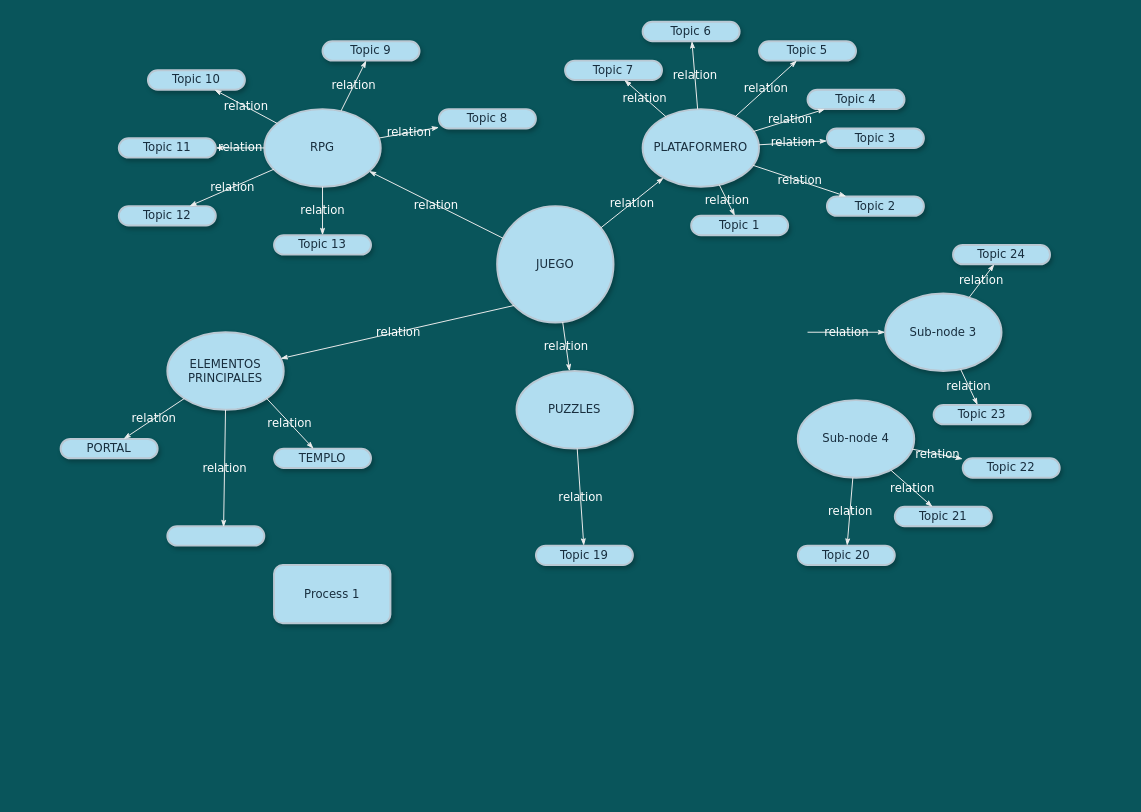
The draw.io diagram page "Page-1" (1 of 2) of mental_map_worldbuilding.drawio in aixairupe/DiagramasRPG, before the edit. Source tidied: cells renumbered, new cells numbered last; positions are measured from the earlier drawing's top-left corner, leaving out a move shared by most shapes. Both pictures are drawn from the tidied source at 97%, with x=0, y=0 at pixel (60, 21).
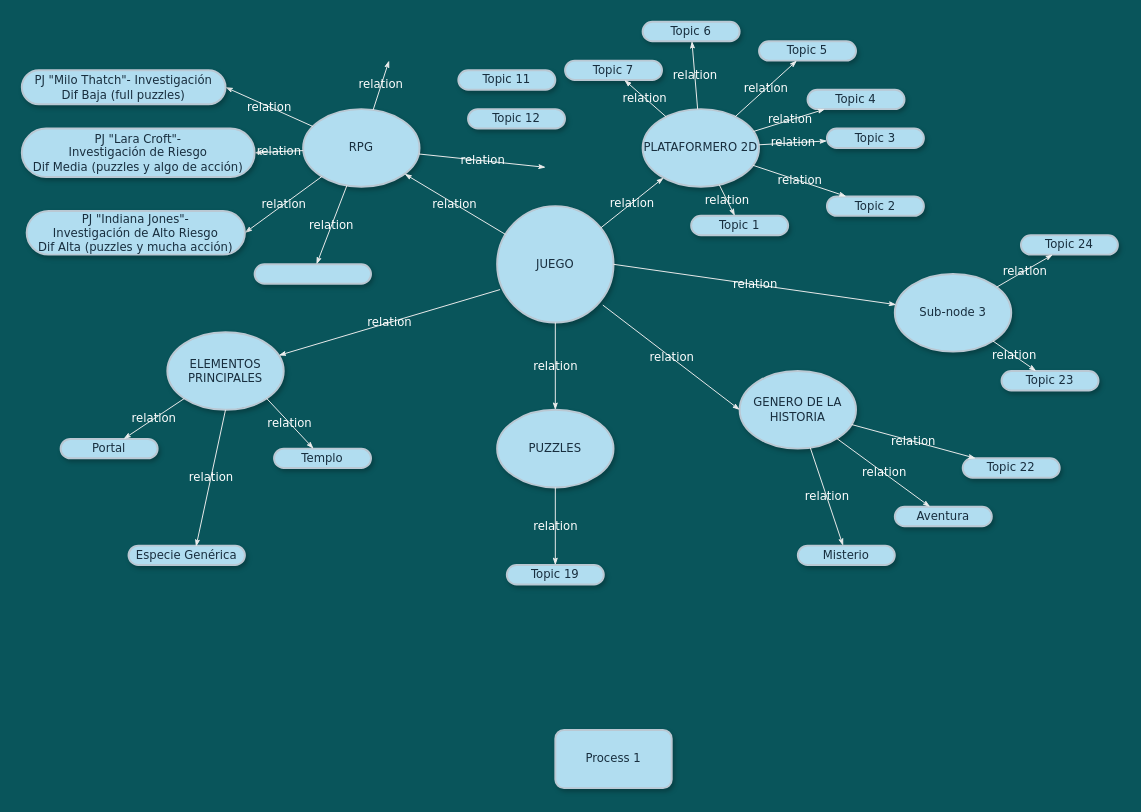
Above is the later version.

The change refers to these unchanged cells:
```xml
<mxCell id="5" value="JUEGO" style="ellipse;whiteSpace=wrap;html=1;rounded=1;shadow=1;comic=0;labelBackgroundColor=none;strokeWidth=2;fontFamily=Verdana;fontSize=12;align=center;fillColor=#B1DDF0;strokeColor=#BAC8D3;fontColor=#182E3E;" parent="1" vertex="1">
  <mxGeometry x="450" y="190" width="120" height="120" as="geometry" />
</mxCell>
<mxCell id="8" value="ELEMENTOS PRINCIPALES" style="ellipse;whiteSpace=wrap;html=1;rounded=1;shadow=1;comic=0;labelBackgroundColor=none;strokeWidth=2;fontFamily=Verdana;fontSize=12;align=center;fillColor=#B1DDF0;strokeColor=#BAC8D3;fontColor=#182E3E;" parent="1" vertex="1">
  <mxGeometry x="110" y="320" width="120" height="80" as="geometry" />
</mxCell>
```

Change to the diagram source:
```diff
@@
-    <mxCell id="2" value="&lt;span&gt;Topic 10&lt;/span&gt;" style="whiteSpace=wrap;html=1;rounded=1;shadow=1;comic=0;labelBackgroundColor=none;strokeWidth=2;fontFamily=Verdana;fontSize=12;align=center;arcSize=50;fillColor=#B1DDF0;strokeColor=#BAC8D3;fontColor=#182E3E;" parent="1" vertex="1">
-      <mxGeometry x="90" y="50" width="100" height="20" as="geometry" />
-    </mxCell>
     <mxCell id="3" value="RPG" style="ellipse;whiteSpace=wrap;html=1;rounded=1;shadow=1;comic=0;labelBackgroundColor=none;strokeWidth=2;fontFamily=Verdana;fontSize=12;align=center;fillColor=#B1DDF0;fontColor=#182E3E;strokeColor=#BAC8D3;" parent="1" vertex="1">
-      <mxGeometry x="210" y="90" width="120" height="80" as="geometry" />
+      <mxGeometry x="250" y="90" width="120" height="80" as="geometry" />
     </mxCell>
-    <mxCell id="4" value="PLATAFORMERO" style="ellipse;whiteSpace=wrap;html=1;rounded=1;shadow=1;comic=0;labelBackgroundColor=none;strokeWidth=2;fontFamily=Verdana;fontSize=12;align=center;fillColor=#B1DDF0;fontColor=#182E3E;strokeColor=#BAC8D3;" parent="1" vertex="1">
+    <mxCell id="4" value="PLATAFORMERO 2D" style="ellipse;whiteSpace=wrap;html=1;rounded=1;shadow=1;comic=0;labelBackgroundColor=none;strokeWidth=2;fontFamily=Verdana;fontSize=12;align=center;fillColor=#B1DDF0;fontColor=#182E3E;strokeColor=#BAC8D3;" parent="1" vertex="1">
       <mxGeometry x="600" y="90" width="120" height="80" as="geometry" />
     </mxCell>
@@
     <mxCell id="6" value="PUZZLES" style="ellipse;whiteSpace=wrap;html=1;rounded=1;shadow=1;comic=0;labelBackgroundColor=none;strokeWidth=2;fontFamily=Verdana;fontSize=12;align=center;fillColor=#B1DDF0;fontColor=#182E3E;strokeColor=#BAC8D3;" parent="1" vertex="1">
-      <mxGeometry x="470" y="360" width="120" height="80" as="geometry" />
+      <mxGeometry x="450" y="400" width="120" height="80" as="geometry" />
     </mxCell>
-    <mxCell id="7" value="&lt;span&gt;Sub-node 4&lt;/span&gt;" style="ellipse;whiteSpace=wrap;html=1;rounded=1;shadow=1;comic=0;labelBackgroundColor=none;strokeWidth=2;fontFamily=Verdana;fontSize=12;align=center;fillColor=#B1DDF0;strokeColor=#BAC8D3;fontColor=#182E3E;" parent="1" vertex="1">
-      <mxGeometry x="760" y="390" width="120" height="80" as="geometry" />
+    <mxCell id="7" value="GENERO DE LA HISTORIA" style="ellipse;whiteSpace=wrap;html=1;rounded=1;shadow=1;comic=0;labelBackgroundColor=none;strokeWidth=2;fontFamily=Verdana;fontSize=12;align=center;fillColor=#B1DDF0;strokeColor=#BAC8D3;fontColor=#182E3E;" parent="1" vertex="1">
+      <mxGeometry x="700" y="360" width="120" height="80" as="geometry" />
     </mxCell>
@@
-    <mxCell id="9" value="&lt;span&gt;Topic 11&lt;/span&gt;" style="whiteSpace=wrap;html=1;rounded=1;shadow=1;comic=0;labelBackgroundColor=none;strokeWidth=2;fontFamily=Verdana;fontSize=12;align=center;arcSize=50;fillColor=#B1DDF0;strokeColor=#BAC8D3;fontColor=#182E3E;" parent="1" vertex="1">
-      <mxGeometry x="60" y="120" width="100" height="20" as="geometry" />
-    </mxCell>
-    <mxCell id="10" value="&lt;span&gt;Topic 12&lt;/span&gt;" style="whiteSpace=wrap;html=1;rounded=1;shadow=1;comic=0;labelBackgroundColor=none;strokeWidth=2;fontFamily=Verdana;fontSize=12;align=center;arcSize=50;fillColor=#B1DDF0;strokeColor=#BAC8D3;fontColor=#182E3E;" parent="1" vertex="1">
-      <mxGeometry x="60" y="190" width="100" height="20" as="geometry" />
-    </mxCell>
-    <mxCell id="11" value="&lt;span&gt;Topic 9&lt;/span&gt;" style="whiteSpace=wrap;html=1;rounded=1;shadow=1;comic=0;labelBackgroundColor=none;strokeWidth=2;fontFamily=Verdana;fontSize=12;align=center;arcSize=50;fillColor=#B1DDF0;strokeColor=#BAC8D3;fontColor=#182E3E;" parent="1" vertex="1">
-      <mxGeometry x="270" y="20" width="100" height="20" as="geometry" />
-    </mxCell>
@@
-    <mxCell id="13" value="&lt;span&gt;Topic 21&lt;/span&gt;" style="whiteSpace=wrap;html=1;rounded=1;shadow=1;comic=0;labelBackgroundColor=none;strokeWidth=2;fontFamily=Verdana;fontSize=12;align=center;arcSize=50;fillColor=#B1DDF0;strokeColor=#BAC8D3;fontColor=#182E3E;" parent="1" vertex="1">
+    <mxCell id="13" value="Aventura" style="whiteSpace=wrap;html=1;rounded=1;shadow=1;comic=0;labelBackgroundColor=none;strokeWidth=2;fontFamily=Verdana;fontSize=12;align=center;arcSize=50;fillColor=#B1DDF0;strokeColor=#BAC8D3;fontColor=#182E3E;" parent="1" vertex="1">
       <mxGeometry x="860" y="500" width="100" height="20" as="geometry" />
     </mxCell>
@@
-    <mxCell id="21" value="&lt;span&gt;Topic 20&lt;/span&gt;" style="whiteSpace=wrap;html=1;rounded=1;shadow=1;comic=0;labelBackgroundColor=none;strokeWidth=2;fontFamily=Verdana;fontSize=12;align=center;arcSize=50;fillColor=#B1DDF0;strokeColor=#BAC8D3;fontColor=#182E3E;" parent="1" vertex="1">
+    <mxCell id="21" value="Misterio" style="whiteSpace=wrap;html=1;rounded=1;shadow=1;comic=0;labelBackgroundColor=none;strokeWidth=2;fontFamily=Verdana;fontSize=12;align=center;arcSize=50;fillColor=#B1DDF0;strokeColor=#BAC8D3;fontColor=#182E3E;" parent="1" vertex="1">
       <mxGeometry x="760" y="540" width="100" height="20" as="geometry" />
     </mxCell>
-    <mxCell id="22" value="relation" style="edgeStyle=none;rounded=1;html=1;labelBackgroundColor=none;startArrow=none;startFill=0;startSize=5;endArrow=classicThin;endFill=1;endSize=5;jettySize=auto;strokeColor=#EEEEEE;strokeWidth=1;fontFamily=Verdana;fontSize=12;fontColor=#FFFFFF;" parent="1" edge="1" source="3" target="11">
-      <mxGeometry relative="1" as="geometry" />
+    <mxCell id="22" value="relation" style="edgeStyle=none;rounded=1;html=1;labelBackgroundColor=none;startArrow=none;startFill=0;startSize=5;endArrow=classicThin;endFill=1;endSize=5;jettySize=auto;strokeColor=#EEEEEE;strokeWidth=1;fontFamily=Verdana;fontSize=12;fontColor=#FFFFFF;" parent="1" edge="1" source="3">
+      <mxGeometry relative="1" as="geometry">
+        <mxPoint x="338.6" y="40" as="targetPoint" />
+      </mxGeometry>
     </mxCell>
-    <mxCell id="23" value="relation" style="edgeStyle=none;rounded=1;html=1;labelBackgroundColor=none;startArrow=none;startFill=0;startSize=5;endArrow=classicThin;endFill=1;endSize=5;jettySize=auto;strokeColor=#EEEEEE;strokeWidth=1;fontFamily=Verdana;fontSize=12;fontColor=#FFFFFF;" parent="1" edge="1" source="3" target="2">
+    <mxCell id="23" value="relation" style="edgeStyle=none;rounded=1;html=1;labelBackgroundColor=none;startArrow=none;startFill=0;startSize=5;endArrow=classicThin;endFill=1;endSize=5;jettySize=auto;strokeColor=#EEEEEE;strokeWidth=1;fontFamily=Verdana;fontSize=12;fontColor=#FFFFFF;entryX=1;entryY=0.5;entryDx=0;entryDy=0;" parent="1" edge="1" source="3" target="62">
       <mxGeometry relative="1" as="geometry" />
     </mxCell>
-    <mxCell id="24" value="relation" style="edgeStyle=none;rounded=1;html=1;labelBackgroundColor=none;startArrow=none;startFill=0;startSize=5;endArrow=classicThin;endFill=1;endSize=5;jettySize=auto;strokeColor=#EEEEEE;strokeWidth=1;fontFamily=Verdana;fontSize=12;fontColor=#FFFFFF;" parent="1" edge="1" source="3" target="9">
+    <mxCell id="24" value="relation" style="edgeStyle=none;rounded=1;html=1;labelBackgroundColor=none;startArrow=none;startFill=0;startSize=5;endArrow=classicThin;endFill=1;endSize=5;jettySize=auto;strokeColor=#EEEEEE;strokeWidth=1;fontFamily=Verdana;fontSize=12;fontColor=#FFFFFF;entryX=1;entryY=0.5;entryDx=0;entryDy=0;" parent="1" edge="1" source="3" target="60">
       <mxGeometry relative="1" as="geometry" />
     </mxCell>
-    <mxCell id="25" value="relation" style="edgeStyle=none;rounded=1;html=1;labelBackgroundColor=none;startArrow=none;startFill=0;startSize=5;endArrow=classicThin;endFill=1;endSize=5;jettySize=auto;strokeColor=#EEEEEE;strokeWidth=1;fontFamily=Verdana;fontSize=12;fontColor=#FFFFFF;" parent="1" edge="1" source="3" target="10">
+    <mxCell id="25" value="relation" style="edgeStyle=none;rounded=1;html=1;labelBackgroundColor=none;startArrow=none;startFill=0;startSize=5;endArrow=classicThin;endFill=1;endSize=5;jettySize=auto;strokeColor=#EEEEEE;strokeWidth=1;fontFamily=Verdana;fontSize=12;fontColor=#FFFFFF;entryX=1;entryY=0.5;entryDx=0;entryDy=0;" parent="1" edge="1" source="3" target="61">
       <mxGeometry relative="1" as="geometry" />
     </mxCell>
@@
-    <mxCell id="29" value="relation" style="edgeStyle=none;rounded=1;html=1;labelBackgroundColor=none;startArrow=none;startFill=0;startSize=5;endArrow=classicThin;endFill=1;endSize=5;jettySize=auto;strokeColor=#EEEEEE;strokeWidth=1;fontFamily=Verdana;fontSize=12;fontColor=#FFFFFF;exitX=0;exitY=1;exitDx=0;exitDy=0;" parent="1" edge="1" source="5" target="8">
+    <mxCell id="29" value="relation" style="edgeStyle=none;rounded=1;html=1;labelBackgroundColor=none;startArrow=none;startFill=0;startSize=5;endArrow=classicThin;endFill=1;endSize=5;jettySize=auto;strokeColor=#EEEEEE;strokeWidth=1;fontFamily=Verdana;fontSize=12;fontColor=#FFFFFF;exitX=0.025;exitY=0.717;exitDx=0;exitDy=0;exitPerimeter=0;" parent="1" edge="1" source="5" target="8">
       <mxGeometry relative="1" as="geometry" />
     </mxCell>
@@
     <mxCell id="40" value="&lt;span&gt;Sub-node 3&lt;/span&gt;" style="ellipse;whiteSpace=wrap;html=1;rounded=1;shadow=1;comic=0;labelBackgroundColor=none;strokeWidth=2;fontFamily=Verdana;fontSize=12;align=center;fillColor=#B1DDF0;strokeColor=#BAC8D3;fontColor=#182E3E;" parent="1" vertex="1">
-      <mxGeometry x="850" y="280" width="120" height="80" as="geometry" />
+      <mxGeometry x="860" y="260" width="120" height="80" as="geometry" />
     </mxCell>
     <mxCell id="41" value="&lt;span&gt;Topic 24&lt;/span&gt;" style="whiteSpace=wrap;html=1;rounded=1;shadow=1;comic=0;labelBackgroundColor=none;strokeWidth=2;fontFamily=Verdana;fontSize=12;align=center;arcSize=50;fillColor=#B1DDF0;strokeColor=#BAC8D3;fontColor=#182E3E;" parent="1" vertex="1">
-      <mxGeometry x="920" y="230" width="100" height="20" as="geometry" />
+      <mxGeometry x="990" y="220" width="100" height="20" as="geometry" />
     </mxCell>
     <mxCell id="42" value="&lt;span&gt;Topic 23&lt;/span&gt;" style="whiteSpace=wrap;html=1;rounded=1;shadow=1;comic=0;labelBackgroundColor=none;strokeWidth=2;fontFamily=Verdana;fontSize=12;align=center;arcSize=50;fillColor=#B1DDF0;strokeColor=#BAC8D3;fontColor=#182E3E;" parent="1" vertex="1">
-      <mxGeometry x="900" y="395" width="100" height="20" as="geometry" />
+      <mxGeometry x="970" y="360" width="100" height="20" as="geometry" />
     </mxCell>
-    <mxCell id="43" value="&lt;span&gt;Topic 8&lt;/span&gt;" style="whiteSpace=wrap;html=1;rounded=1;shadow=1;comic=0;labelBackgroundColor=none;strokeWidth=2;fontFamily=Verdana;fontSize=12;align=center;arcSize=50;fillColor=#B1DDF0;strokeColor=#BAC8D3;fontColor=#182E3E;" parent="1" vertex="1">
-      <mxGeometry x="390" y="90" width="100" height="20" as="geometry" />
-    </mxCell>
-    <mxCell id="44" value="&lt;span&gt;Topic 13&lt;/span&gt;" style="whiteSpace=wrap;html=1;rounded=1;shadow=1;comic=0;labelBackgroundColor=none;strokeWidth=2;fontFamily=Verdana;fontSize=12;align=center;arcSize=50;fillColor=#B1DDF0;strokeColor=#BAC8D3;fontColor=#182E3E;" parent="1" vertex="1">
-      <mxGeometry x="220" y="220" width="100" height="20" as="geometry" />
+    <mxCell id="44" style="whiteSpace=wrap;html=1;rounded=1;shadow=1;comic=0;labelBackgroundColor=none;strokeWidth=2;fontFamily=Verdana;fontSize=12;align=center;arcSize=50;fillColor=#B1DDF0;strokeColor=#BAC8D3;fontColor=#182E3E;" parent="1" vertex="1">
+      <mxGeometry x="200" y="250" width="120" height="20" as="geometry" />
     </mxCell>
     <mxCell id="45" value="&lt;span&gt;Topic 19&lt;/span&gt;" style="whiteSpace=wrap;html=1;rounded=1;shadow=1;comic=0;labelBackgroundColor=none;strokeWidth=2;fontFamily=Verdana;fontSize=12;align=center;arcSize=50;fillColor=#B1DDF0;strokeColor=#BAC8D3;fontColor=#182E3E;" parent="1" vertex="1">
-      <mxGeometry x="490" y="540" width="100" height="20" as="geometry" />
+      <mxGeometry x="460" y="560" width="100" height="20" as="geometry" />
     </mxCell>
-    <mxCell id="46" value="PORTAL" style="whiteSpace=wrap;html=1;rounded=1;shadow=1;comic=0;labelBackgroundColor=none;strokeWidth=2;fontFamily=Verdana;fontSize=12;align=center;arcSize=50;fillColor=#B1DDF0;strokeColor=#BAC8D3;fontColor=#182E3E;" parent="1" vertex="1">
+    <mxCell id="46" value="&lt;div&gt;Portal&lt;/div&gt;" style="whiteSpace=wrap;html=1;rounded=1;shadow=1;comic=0;labelBackgroundColor=none;strokeWidth=2;fontFamily=Verdana;fontSize=12;align=center;arcSize=50;fillColor=#B1DDF0;strokeColor=#BAC8D3;fontColor=#182E3E;" parent="1" vertex="1">
       <mxGeometry y="430" width="100" height="20" as="geometry" />
     </mxCell>
-    <mxCell id="47" value="relation" style="edgeStyle=none;rounded=1;html=1;labelBackgroundColor=none;startArrow=none;startFill=0;startSize=5;endArrow=classicThin;endFill=1;endSize=5;jettySize=auto;strokeColor=#EEEEEE;strokeWidth=1;fontFamily=Verdana;fontSize=12;fontColor=#FFFFFF;" parent="1" edge="1" source="3" target="43">
-      <mxGeometry relative="1" as="geometry" />
+    <mxCell id="47" value="relation" style="edgeStyle=none;rounded=1;html=1;labelBackgroundColor=none;startArrow=none;startFill=0;startSize=5;endArrow=classicThin;endFill=1;endSize=5;jettySize=auto;strokeColor=#EEEEEE;strokeWidth=1;fontFamily=Verdana;fontSize=12;fontColor=#FFFFFF;" parent="1" edge="1" source="3">
+      <mxGeometry relative="1" as="geometry">
+        <mxPoint x="500" y="150" as="targetPoint" />
+      </mxGeometry>
     </mxCell>
@@
-    <mxCell id="51" value="relation" style="edgeStyle=none;rounded=1;html=1;labelBackgroundColor=none;startArrow=none;startFill=0;startSize=5;endArrow=classicThin;endFill=1;endSize=5;jettySize=auto;strokeColor=#EEEEEE;strokeWidth=1;fontFamily=Verdana;fontSize=12;fontColor=#FFFFFF;" parent="1" edge="1" target="40">
-      <mxGeometry relative="1" as="geometry">
-        <mxPoint x="770" y="320" as="sourcePoint" />
-      </mxGeometry>
+    <mxCell id="51" value="relation" style="edgeStyle=none;rounded=1;html=1;labelBackgroundColor=none;startArrow=none;startFill=0;startSize=5;endArrow=classicThin;endFill=1;endSize=5;jettySize=auto;strokeColor=#EEEEEE;strokeWidth=1;fontFamily=Verdana;fontSize=12;fontColor=#FFFFFF;exitX=1;exitY=0.5;exitDx=0;exitDy=0;" parent="1" edge="1" source="5" target="40">
+      <mxGeometry relative="1" as="geometry" />
     </mxCell>
@@
-    <mxCell id="54" value="TEMPLO" style="whiteSpace=wrap;html=1;rounded=1;shadow=1;comic=0;labelBackgroundColor=none;strokeWidth=2;fontFamily=Verdana;fontSize=12;align=center;arcSize=50;fillColor=#B1DDF0;strokeColor=#BAC8D3;fontColor=#182E3E;" parent="1" vertex="1">
+    <mxCell id="54" value="Templo" style="whiteSpace=wrap;html=1;rounded=1;shadow=1;comic=0;labelBackgroundColor=none;strokeWidth=2;fontFamily=Verdana;fontSize=12;align=center;arcSize=50;fillColor=#B1DDF0;strokeColor=#BAC8D3;fontColor=#182E3E;" parent="1" vertex="1">
       <mxGeometry x="220" y="440" width="100" height="20" as="geometry" />
     </mxCell>
@@
-    <mxCell id="56" style="whiteSpace=wrap;html=1;rounded=1;shadow=1;comic=0;labelBackgroundColor=none;strokeWidth=2;fontFamily=Verdana;fontSize=12;align=center;arcSize=50;fillColor=#B1DDF0;strokeColor=#BAC8D3;fontColor=#182E3E;" parent="1" vertex="1">
-      <mxGeometry x="110" y="520" width="100" height="20" as="geometry" />
+    <mxCell id="56" value="Especie Genérica" style="whiteSpace=wrap;html=1;rounded=1;shadow=1;comic=0;labelBackgroundColor=none;strokeWidth=2;fontFamily=Verdana;fontSize=12;align=center;arcSize=50;fillColor=#B1DDF0;strokeColor=#BAC8D3;fontColor=#182E3E;" parent="1" vertex="1">
+      <mxGeometry x="70" y="540" width="120" height="20" as="geometry" />
     </mxCell>
@@
     <mxCell id="58" value="Process 1" style="rounded=1;whiteSpace=wrap;html=1;shadow=1;comic=0;labelBackgroundColor=none;strokeWidth=2;fontFamily=Verdana;fontSize=12;align=center;fillColor=#B1DDF0;strokeColor=#BAC8D3;fontColor=#182E3E;" parent="1" vertex="1">
-      <mxGeometry x="220" y="560" width="120" height="60" as="geometry" />
+      <mxGeometry x="510" y="730" width="120" height="60" as="geometry" />
     </mxCell>
+    <mxCell id="59" value="relation" style="edgeStyle=none;rounded=1;html=1;labelBackgroundColor=none;startArrow=none;startFill=0;startSize=5;endArrow=classicThin;endFill=1;endSize=5;jettySize=auto;strokeColor=#EEEEEE;strokeWidth=1;fontFamily=Verdana;fontSize=12;fontColor=#FFFFFF;exitX=0.908;exitY=0.85;exitDx=0;exitDy=0;exitPerimeter=0;entryX=0;entryY=0.5;entryDx=0;entryDy=0;" parent="1" edge="1" source="5" target="7">
+      <mxGeometry relative="1" as="geometry" />
+    </mxCell>
+    <mxCell id="9" value="&lt;span&gt;Topic 11&lt;/span&gt;" style="whiteSpace=wrap;html=1;rounded=1;shadow=1;comic=0;labelBackgroundColor=none;strokeWidth=2;fontFamily=Verdana;fontSize=12;align=center;arcSize=50;fillColor=#B1DDF0;strokeColor=#BAC8D3;fontColor=#182E3E;" parent="1" vertex="1">
+      <mxGeometry x="410" y="50" width="100" height="20" as="geometry" />
+    </mxCell>
+    <mxCell id="60" value="PJ &quot;Lara Croft&quot;-&lt;br&gt;Investigación de Riesgo&lt;br&gt;Dif Media (puzzles y algo de acción)" style="whiteSpace=wrap;html=1;rounded=1;shadow=1;comic=0;labelBackgroundColor=none;strokeWidth=2;fontFamily=Verdana;fontSize=12;align=center;arcSize=50;fillColor=#B1DDF0;strokeColor=#BAC8D3;fontColor=#182E3E;" parent="1" vertex="1">
+      <mxGeometry x="-40" y="110" width="240" height="50" as="geometry" />
+    </mxCell>
+    <mxCell id="61" value="PJ &quot;Indiana Jones&quot;-&lt;br&gt;Investigación de Alto Riesgo&lt;br&gt;Dif Alta (puzzles y mucha acción)" style="whiteSpace=wrap;html=1;rounded=1;shadow=1;comic=0;labelBackgroundColor=none;strokeWidth=2;fontFamily=Verdana;fontSize=12;align=center;arcSize=50;fillColor=#B1DDF0;strokeColor=#BAC8D3;fontColor=#182E3E;" parent="1" vertex="1">
+      <mxGeometry x="-35" y="195" width="225" height="45" as="geometry" />
+    </mxCell>
+    <mxCell id="10" value="&lt;span&gt;Topic 12&lt;/span&gt;" style="whiteSpace=wrap;html=1;rounded=1;shadow=1;comic=0;labelBackgroundColor=none;strokeWidth=2;fontFamily=Verdana;fontSize=12;align=center;arcSize=50;fillColor=#B1DDF0;strokeColor=#BAC8D3;fontColor=#182E3E;" parent="1" vertex="1">
+      <mxGeometry x="420" y="90" width="100" height="20" as="geometry" />
+    </mxCell>
+    <mxCell id="62" value="PJ &quot;Milo Thatch&quot;- Investigación&lt;br&gt;Dif Baja (full puzzles)" style="whiteSpace=wrap;html=1;rounded=1;shadow=1;comic=0;labelBackgroundColor=none;strokeWidth=2;fontFamily=Verdana;fontSize=12;align=center;arcSize=50;fillColor=#B1DDF0;strokeColor=#BAC8D3;fontColor=#182E3E;" parent="1" vertex="1">
+      <mxGeometry x="-40" y="50" width="210" height="35" as="geometry" />
+    </mxCell>
```
